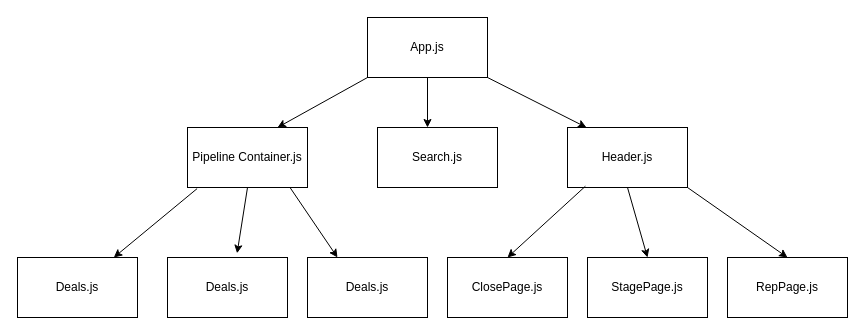
Alexisaacs18/salesForcasting keeps this draw.io diagram as sales-forcasting/src/app.drawio. Above is the earlier version. Source tidied: cells renumbered, new cells numbered last; positions are measured from the earlier drawing's top-left corner, leaving out a move shared by most shapes. Both pictures are drawn from the tidied source at 100%, with x=0, y=0 at pixel (17, 17).
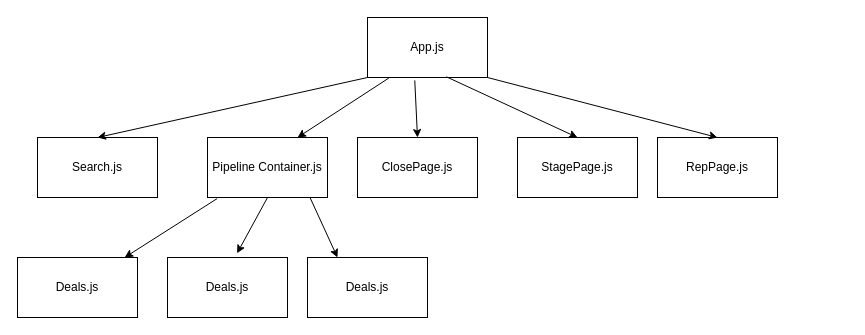
After the change.

The change refers to these unchanged cells:
```xml
<mxCell id="2" value="App.js" style="rounded=0;whiteSpace=wrap;html=1;" parent="1" vertex="1">
  <mxGeometry x="350" width="120" height="60" as="geometry" />
</mxCell>
```

What changed in the source:
```diff
@@
     <mxCell id="3" value="ClosePage.js" style="rounded=0;whiteSpace=wrap;html=1;" parent="1" vertex="1">
-      <mxGeometry x="430" y="240" width="120" height="60" as="geometry" />
+      <mxGeometry x="340" y="120" width="120" height="60" as="geometry" />
     </mxCell>
     <mxCell id="4" value="StagePage.js" style="rounded=0;whiteSpace=wrap;html=1;" parent="1" vertex="1">
-      <mxGeometry x="570" y="240" width="120" height="60" as="geometry" />
+      <mxGeometry x="500" y="120" width="120" height="60" as="geometry" />
     </mxCell>
     <mxCell id="5" value="RepPage.js" style="rounded=0;whiteSpace=wrap;html=1;" parent="1" vertex="1">
-      <mxGeometry x="710" y="240" width="120" height="60" as="geometry" />
+      <mxGeometry x="640" y="120" width="120" height="60" as="geometry" />
     </mxCell>
-    <mxCell id="6" value="Header.js" style="rounded=0;whiteSpace=wrap;html=1;" parent="1" vertex="1">
-      <mxGeometry x="550" y="110" width="120" height="60" as="geometry" />
-    </mxCell>
     <mxCell id="7" value="Search.js" style="rounded=0;whiteSpace=wrap;html=1;" parent="1" vertex="1">
-      <mxGeometry x="360" y="110" width="120" height="60" as="geometry" />
+      <mxGeometry x="20" y="120" width="120" height="60" as="geometry" />
     </mxCell>
     <mxCell id="8" value="Pipeline Container.js" style="rounded=0;whiteSpace=wrap;html=1;" parent="1" vertex="1">
-      <mxGeometry x="170" y="110" width="120" height="60" as="geometry" />
+      <mxGeometry x="190" y="120" width="120" height="60" as="geometry" />
     </mxCell>
@@
-    <mxCell id="12" style="endArrow=classic;html=1;entryX=0.5;entryY=0;entryDx=0;entryDy=0;exitX=1;exitY=1;exitDx=0;exitDy=0;" parent="1" edge="1" source="6" target="5">
+    <mxCell id="12" style="endArrow=classic;html=1;entryX=0.5;entryY=0;entryDx=0;entryDy=0;exitX=1;exitY=1;exitDx=0;exitDy=0;" parent="1" edge="1" source="2" target="5">
       <mxGeometry relative="1" as="geometry" />
     </mxCell>
-    <mxCell id="13" style="endArrow=classic;html=1;entryX=0.5;entryY=0;entryDx=0;entryDy=0;exitX=0.5;exitY=1;exitDx=0;exitDy=0;" parent="1" edge="1" source="6" target="4">
+    <mxCell id="13" style="endArrow=classic;html=1;entryX=0.5;entryY=0;entryDx=0;entryDy=0;exitX=0.658;exitY=0.989;exitDx=0;exitDy=0;exitPerimeter=0;" parent="1" edge="1" source="2" target="4">
       <mxGeometry relative="1" as="geometry" />
     </mxCell>
-    <mxCell id="14" style="endArrow=classic;html=1;exitX=0.149;exitY=0.979;exitDx=0;exitDy=0;exitPerimeter=0;entryX=0.5;entryY=0;entryDx=0;entryDy=0;" parent="1" edge="1" source="6" target="3">
+    <mxCell id="14" style="endArrow=classic;html=1;exitX=0.394;exitY=1.048;exitDx=0;exitDy=0;exitPerimeter=0;entryX=0.5;entryY=0;entryDx=0;entryDy=0;" parent="1" edge="1" source="2" target="3">
       <mxGeometry relative="1" as="geometry" />
     </mxCell>
@@
-    <mxCell id="18" style="endArrow=classic;html=1;exitX=1;exitY=1;exitDx=0;exitDy=0;entryX=0.158;entryY=-0.001;entryDx=0;entryDy=0;entryPerimeter=0;" parent="1" edge="1" source="2" target="6">
-      <mxGeometry relative="1" as="geometry" />
-    </mxCell>
-    <mxCell id="19" style="endArrow=classic;html=1;exitX=0.5;exitY=1;exitDx=0;exitDy=0;" parent="1" edge="1" source="2">
-      <mxGeometry relative="1" as="geometry">
-        <mxPoint x="410" y="110" as="targetPoint" />
-      </mxGeometry>
+    <mxCell id="19" style="endArrow=classic;html=1;exitX=0;exitY=1;exitDx=0;exitDy=0;entryX=0.5;entryY=0;entryDx=0;entryDy=0;" parent="1" edge="1" source="2" target="7">
+      <mxGeometry relative="1" as="geometry" />
     </mxCell>
-    <mxCell id="20" style="endArrow=classic;html=1;exitX=0;exitY=1;exitDx=0;exitDy=0;entryX=0.75;entryY=0;entryDx=0;entryDy=0;" parent="1" edge="1" source="2" target="8">
+    <mxCell id="20" style="endArrow=classic;html=1;exitX=0.178;exitY=1.009;exitDx=0;exitDy=0;entryX=0.75;entryY=0;entryDx=0;entryDy=0;exitPerimeter=0;" parent="1" edge="1" source="2" target="8">
       <mxGeometry relative="1" as="geometry" />
     </mxCell>
```
